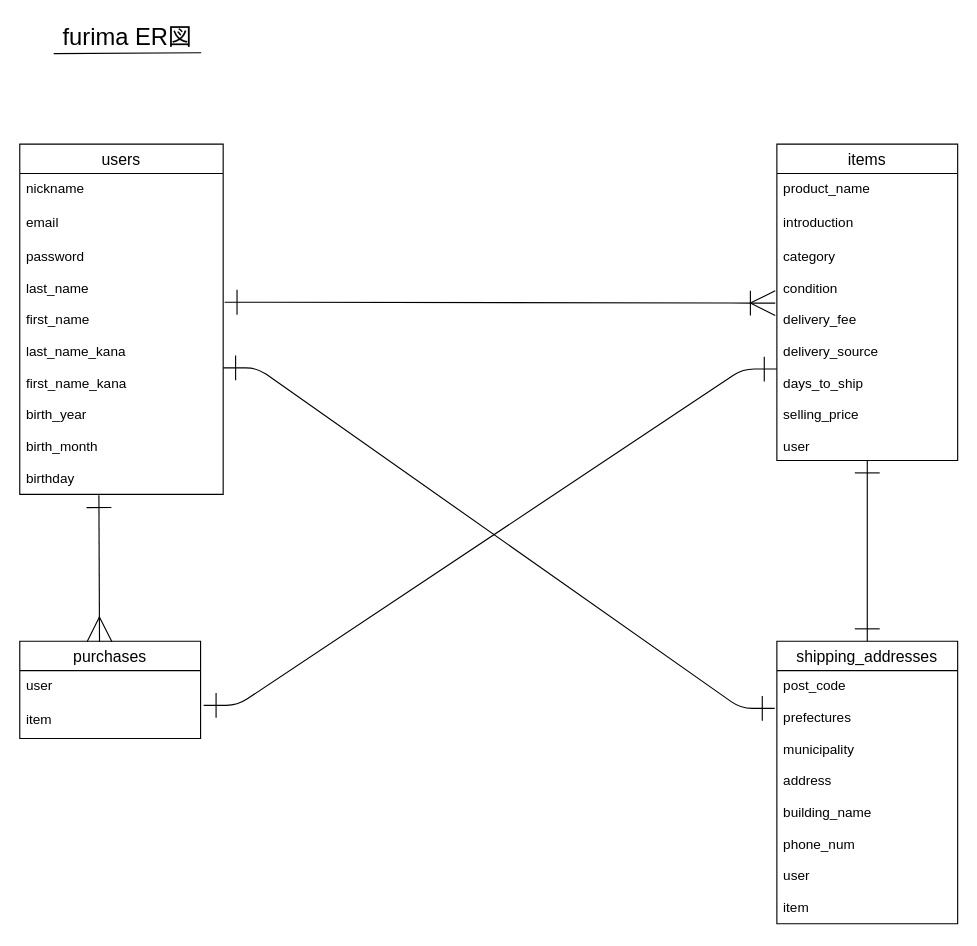
yumoto34492/furima-34492 keeps this draw.io diagram as furima.dio. Above is the earlier version. Source tidied: cells renumbered, new cells numbered last; positions are measured from the earlier drawing's top-left corner, leaving out a move shared by most shapes. Both pictures are drawn from the tidied source at 113%, with x=0, y=0 at pixel (19, 19).
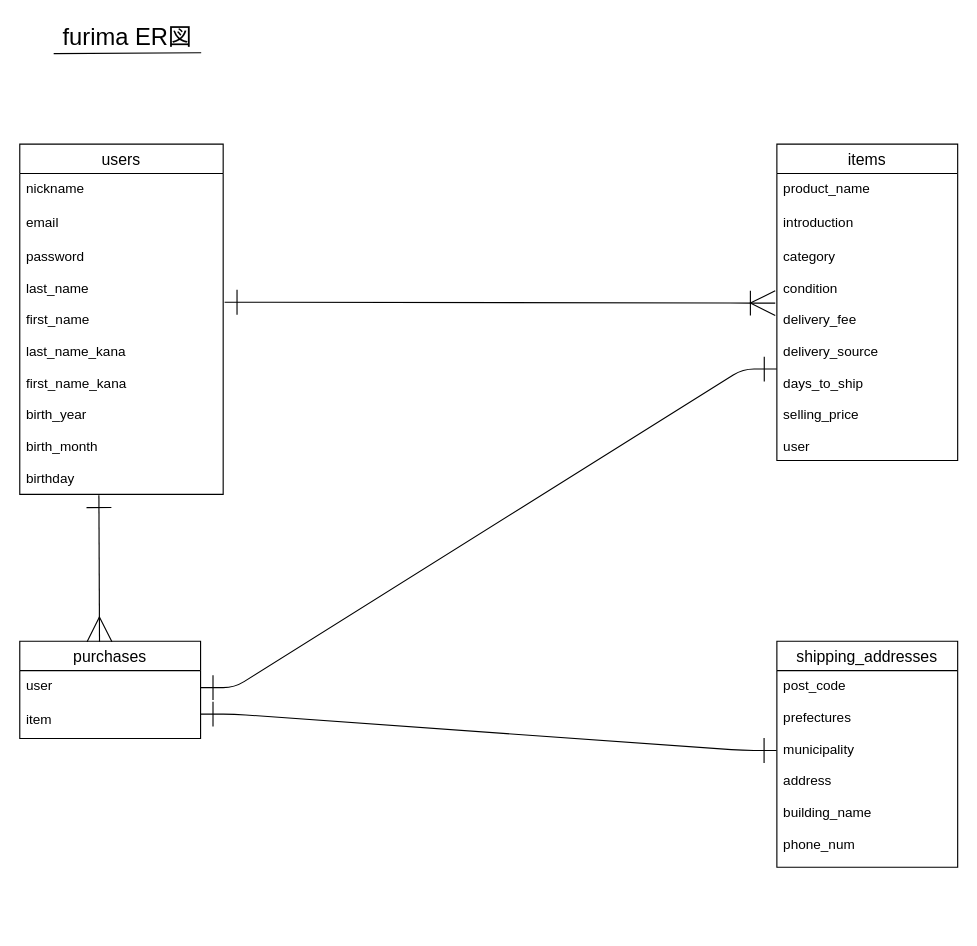
The same diagram, later.

Commit message (it also covers changes not shown here):
データベース作成の修正

The change refers to these unchanged cells:
```xml
<mxCell id="5" value="password&#10;&#10;last_name&#10;&#10;first_name&#10;&#10;last_name_kana&#10;&#10;first_name_kana&#10;&#10;birth_year&#10;&#10;birth_month&#10;&#10;birthday&#10;" style="text;strokeColor=none;fillColor=none;spacingLeft=4;spacingRight=4;overflow=hidden;points=[[0,0.5],[1,0.5]];portConstraint=eastwest;fontSize=12;" parent="2" vertex="1">
  <mxGeometry y="86" width="180" height="224" as="geometry" />
</mxCell>
<mxCell id="7" value="items" style="swimlane;fontStyle=0;horizontal=1;startSize=26;align=center;fontSize=14;" parent="1" vertex="1">
  <mxGeometry x="670" y="110" width="160" height="280" as="geometry" />
</mxCell>
<mxCell id="10" value="category&#10;&#10;condition&#10;&#10;delivery_fee&#10;&#10;delivery_source&#10;&#10;days_to_ship&#10;&#10;selling_price&#10;&#10;user" style="text;strokeColor=none;fillColor=none;spacingLeft=4;spacingRight=4;overflow=hidden;points=[[0,0.5],[1,0.5]];portConstraint=eastwest;fontSize=12;" parent="7" vertex="1">
  <mxGeometry y="86" width="160" height="194" as="geometry" />
</mxCell>
<mxCell id="11" value="purchases" style="swimlane;fontStyle=0;horizontal=1;startSize=26;align=center;fontSize=14;" parent="1" vertex="1">
  <mxGeometry y="550" width="160" height="86" as="geometry" />
</mxCell>
<mxCell id="12" value="user" style="text;strokeColor=none;fillColor=none;spacingLeft=4;spacingRight=4;overflow=hidden;points=[[0,0.5],[1,0.5]];portConstraint=eastwest;fontSize=12;" parent="11" vertex="1">
  <mxGeometry y="26" width="160" height="30" as="geometry" />
</mxCell>
<mxCell id="13" value="item" style="text;strokeColor=none;fillColor=none;spacingLeft=4;spacingRight=4;overflow=hidden;points=[[0,0.5],[1,0.5]];portConstraint=eastwest;fontSize=12;" parent="11" vertex="1">
  <mxGeometry y="56" width="160" height="30" as="geometry" />
</mxCell>
```

Change to the diagram source:
```diff
@@
     <mxCell id="14" value="shipping_addresses" style="swimlane;fontStyle=0;horizontal=1;startSize=26;align=center;fontSize=14;rounded=0;sketch=0;" parent="1" vertex="1">
-      <mxGeometry x="670" y="550" width="160" height="250" as="geometry" />
+      <mxGeometry x="670" y="550" width="160" height="200" as="geometry" />
     </mxCell>
-    <mxCell id="15" value="post_code&#10;&#10;prefectures&#10;&#10;municipality&#10;&#10;address&#10;&#10;building_name&#10;&#10;phone_num&#10;&#10;user&#10;&#10;item" style="text;strokeColor=none;fillColor=none;spacingLeft=4;spacingRight=4;overflow=hidden;points=[[0,0.5],[1,0.5]];portConstraint=eastwest;fontSize=12;" parent="14" vertex="1">
-      <mxGeometry y="26" width="160" height="224" as="geometry" />
+    <mxCell id="15" value="post_code&#10;&#10;prefectures&#10;&#10;municipality&#10;&#10;address&#10;&#10;building_name&#10;&#10;phone_num&#10;" style="text;strokeColor=none;fillColor=none;spacingLeft=4;spacingRight=4;overflow=hidden;points=[[0,0.5],[1,0.5]];portConstraint=eastwest;fontSize=12;" parent="14" vertex="1">
+      <mxGeometry y="26" width="160" height="174" as="geometry" />
     </mxCell>
@@
-    <mxCell id="17" style="edgeStyle=entityRelationEdgeStyle;fontSize=12;html=1;endArrow=ERone;endFill=1;strokeWidth=1;exitX=1.017;exitY=0.023;exitDx=0;exitDy=0;exitPerimeter=0;endSize=20;startSize=20;startArrow=ERone;startFill=0;entryX=-0.001;entryY=0.583;entryDx=0;entryDy=0;entryPerimeter=0;" parent="1" edge="1" source="13" target="10">
+    <mxCell id="17" style="edgeStyle=entityRelationEdgeStyle;fontSize=12;html=1;endArrow=ERone;endFill=1;strokeWidth=1;exitX=1;exitY=0.5;exitDx=0;exitDy=0;endSize=20;startSize=20;startArrow=ERone;startFill=0;entryX=-0.001;entryY=0.583;entryDx=0;entryDy=0;entryPerimeter=0;" parent="1" edge="1" source="12" target="10">
       <mxGeometry relative="1" as="geometry" />
     </mxCell>
@@
-    <mxCell id="19" style="endArrow=ERone;html=1;rounded=0;strokeWidth=1;entryX=0.5;entryY=0;entryDx=0;entryDy=0;startArrow=ERone;startFill=0;endFill=0;endSize=20;startSize=20;exitX=0.5;exitY=1;exitDx=0;exitDy=0;" parent="1" edge="1" source="7" target="14">
-      <mxGeometry relative="1" as="geometry" />
-    </mxCell>
-    <mxCell id="20" style="edgeStyle=entityRelationEdgeStyle;fontSize=12;html=1;endArrow=ERone;endFill=1;strokeWidth=1;entryX=-0.012;entryY=0.149;entryDx=0;entryDy=0;entryPerimeter=0;exitX=1;exitY=0.5;exitDx=0;exitDy=0;endSize=20;startSize=20;startArrow=ERone;startFill=0;" parent="1" edge="1" source="5" target="15">
-      <mxGeometry relative="1" as="geometry" />
-    </mxCell>
@@
+    <mxCell id="23" style="edgeStyle=entityRelationEdgeStyle;fontSize=12;html=1;endArrow=ERone;endFill=1;entryX=-0.002;entryY=0.406;entryDx=0;entryDy=0;entryPerimeter=0;exitX=1;exitY=0.75;exitDx=0;exitDy=0;endSize=20;startSize=20;startArrow=ERone;startFill=0;" parent="1" edge="1" source="11" target="15">
+      <mxGeometry relative="1" as="geometry" />
+    </mxCell>
```
